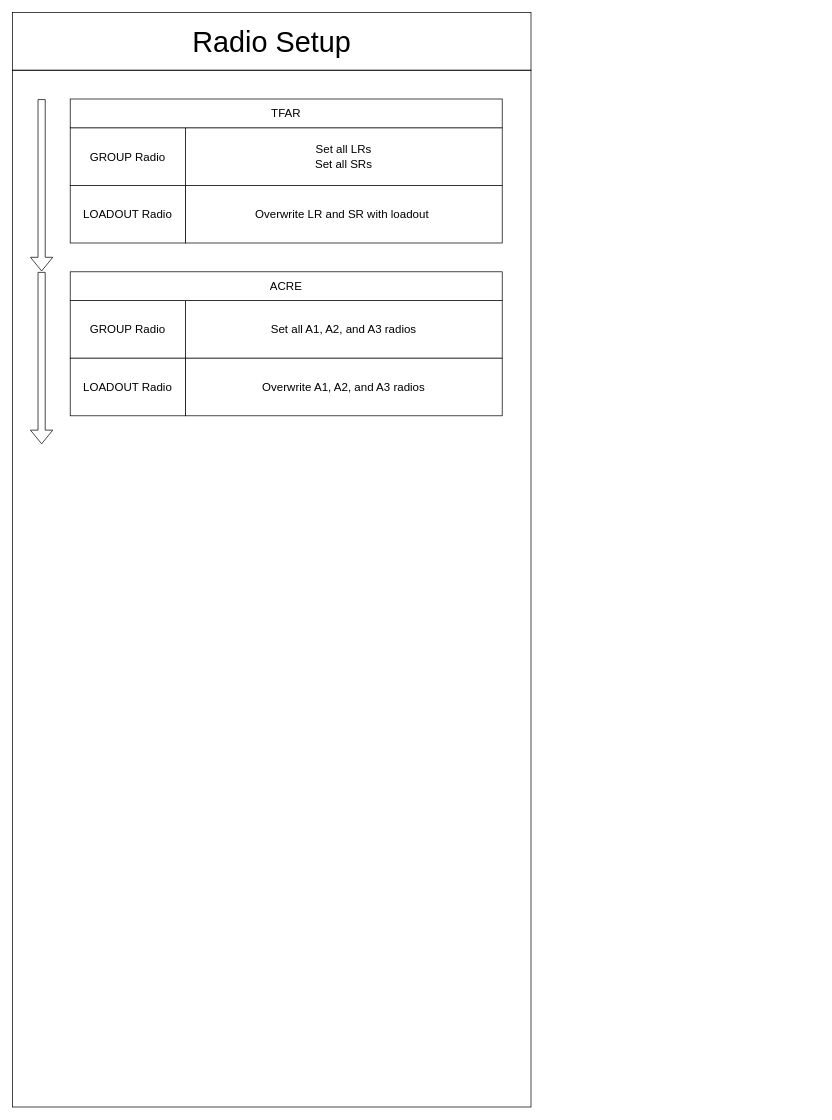
Before: .notes/diagrams/RadioDiagram.drawio in BAXENdev/BAF, a draw.io diagram. Source tidied: cells renumbered, new cells numbered last; positions are measured from the earlier drawing's top-left corner, leaving out a move shared by most shapes. Both pictures are drawn from the tidied source at 72%, with x=0, y=0 at pixel (12, 12).
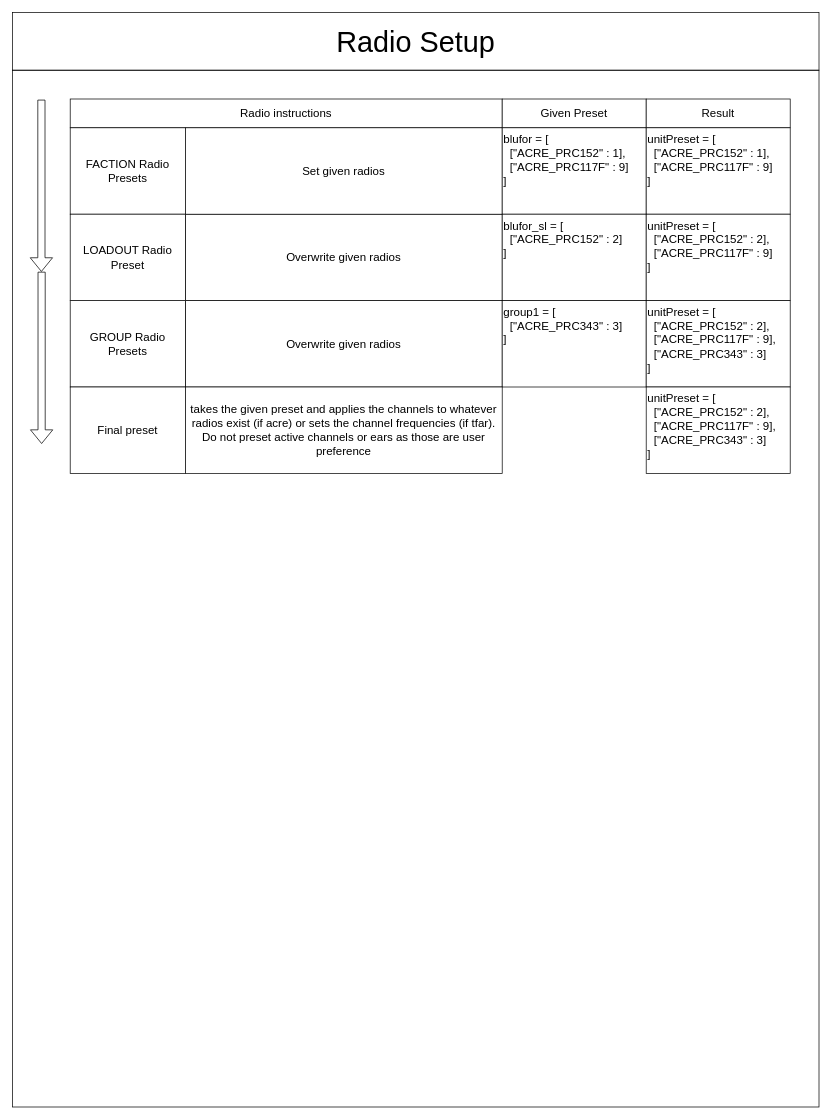
Above is the later version.

What changed in the source:
```diff
@@
     <mxCell id="2" value="Radio Setup" style="rounded=0;whiteSpace=wrap;html=1;fontSize=40;" parent="1" vertex="1">
-      <mxGeometry width="720" height="80" as="geometry" />
+      <mxGeometry width="1120" height="80" as="geometry" />
     </mxCell>
     <mxCell id="3" style="rounded=0;whiteSpace=wrap;html=1;fontSize=16;fillColor=none;" parent="1" vertex="1">
-      <mxGeometry y="80" width="720" height="1440" as="geometry" />
+      <mxGeometry y="80" width="1120" height="1440" as="geometry" />
     </mxCell>
-    <mxCell id="4" style="shape=flexArrow;endArrow=classic;html=1;fontSize=16;exitX=0.056;exitY=0.028;exitDx=0;exitDy=0;exitPerimeter=0;entryX=0.056;entryY=0.194;entryDx=0;entryDy=0;entryPerimeter=0;" parent="1" edge="1" source="3" target="3">
-      <mxGeometry relative="1" as="geometry" />
-    </mxCell>
-    <mxCell id="5" value="GROUP Radio" style="rounded=0;whiteSpace=wrap;html=1;fontSize=16;fillColor=default;strokeColor=default;" parent="1" vertex="1">
-      <mxGeometry x="80" y="160" width="160" height="80" as="geometry" />
-    </mxCell>
-    <mxCell id="6" value="Set all LRs&lt;br&gt;Set all SRs" style="rounded=0;whiteSpace=wrap;html=1;fontSize=16;fillColor=default;strokeColor=default;" parent="1" vertex="1">
-      <mxGeometry x="240" y="160" width="440" height="80" as="geometry" />
+    <mxCell id="6" value="Overwrite given radios" style="rounded=0;whiteSpace=wrap;html=1;fontSize=16;fillColor=default;strokeColor=default;" parent="1" vertex="1">
+      <mxGeometry x="240" y="280" width="440" height="120" as="geometry" />
     </mxCell>
-    <mxCell id="7" value="Overwrite LR and SR with loadout&amp;nbsp;" style="rounded=0;whiteSpace=wrap;html=1;fontSize=16;fillColor=default;strokeColor=default;" parent="1" vertex="1">
-      <mxGeometry x="240" y="240" width="440" height="80" as="geometry" />
-    </mxCell>
     <mxCell id="8" style="shape=flexArrow;endArrow=classic;html=1;fontSize=16;exitX=0.056;exitY=0.028;exitDx=0;exitDy=0;exitPerimeter=0;entryX=0.056;entryY=0.194;entryDx=0;entryDy=0;entryPerimeter=0;" parent="1" edge="1">
       <mxGeometry relative="1" as="geometry">
-        <mxPoint x="40.3" y="360.3" as="sourcePoint" />
-        <mxPoint x="40.3" y="599.4" as="targetPoint" />
+        <mxPoint x="40.3" y="360" as="sourcePoint" />
+        <mxPoint x="40.3" y="599" as="targetPoint" />
       </mxGeometry>
     </mxCell>
-    <mxCell id="9" value="LOADOUT Radio" style="rounded=0;whiteSpace=wrap;html=1;fontSize=16;fillColor=default;strokeColor=default;" parent="1" vertex="1">
-      <mxGeometry x="80" y="240" width="160" height="80" as="geometry" />
-    </mxCell>
-    <mxCell id="10" value="TFAR" style="rounded=0;whiteSpace=wrap;html=1;fontSize=16;fillColor=default;strokeColor=default;" parent="1" vertex="1">
+    <mxCell id="10" value="Radio instructions" style="rounded=0;whiteSpace=wrap;html=1;fontSize=16;fillColor=default;strokeColor=default;" parent="1" vertex="1">
       <mxGeometry x="80" y="120" width="600" height="40" as="geometry" />
     </mxCell>
-    <mxCell id="11" value="GROUP Radio" style="rounded=0;whiteSpace=wrap;html=1;fontSize=16;fillColor=default;strokeColor=default;" parent="1" vertex="1">
-      <mxGeometry x="80" y="400" width="160" height="80" as="geometry" />
-    </mxCell>
-    <mxCell id="12" value="Set all A1, A2, and A3 radios" style="rounded=0;whiteSpace=wrap;html=1;fontSize=16;fillColor=default;strokeColor=default;" parent="1" vertex="1">
-      <mxGeometry x="240" y="400" width="440" height="80" as="geometry" />
-    </mxCell>
-    <mxCell id="13" value="Overwrite A1, A2, and A3 radios" style="rounded=0;whiteSpace=wrap;html=1;fontSize=16;fillColor=default;strokeColor=default;" parent="1" vertex="1">
-      <mxGeometry x="240" y="480" width="440" height="80" as="geometry" />
-    </mxCell>
-    <mxCell id="14" value="LOADOUT Radio" style="rounded=0;whiteSpace=wrap;html=1;fontSize=16;fillColor=default;strokeColor=default;" parent="1" vertex="1">
-      <mxGeometry x="80" y="480" width="160" height="80" as="geometry" />
-    </mxCell>
-    <mxCell id="15" value="ACRE" style="rounded=0;whiteSpace=wrap;html=1;fontSize=16;fillColor=default;strokeColor=default;" parent="1" vertex="1">
-      <mxGeometry x="80" y="360" width="600" height="40" as="geometry" />
-    </mxCell>
+    <mxCell id="16" style="shape=flexArrow;endArrow=classic;html=1;fontSize=16;exitX=0.056;exitY=0.028;exitDx=0;exitDy=0;exitPerimeter=0;entryX=0.056;entryY=0.194;entryDx=0;entryDy=0;entryPerimeter=0;" parent="1" edge="1">
+      <mxGeometry relative="1" as="geometry">
+        <mxPoint x="40" y="121" as="sourcePoint" />
+        <mxPoint x="40" y="360" as="targetPoint" />
+      </mxGeometry>
+    </mxCell>
+    <mxCell id="17" value="FACTION Radio Presets" style="rounded=0;whiteSpace=wrap;html=1;fontSize=16;fillColor=default;strokeColor=default;" parent="1" vertex="1">
+      <mxGeometry x="80" y="160" width="160" height="120" as="geometry" />
+    </mxCell>
+    <mxCell id="18" value="Set given radios" style="rounded=0;whiteSpace=wrap;html=1;fontSize=16;fillColor=default;strokeColor=default;" parent="1" vertex="1">
+      <mxGeometry x="240" y="160" width="440" height="120" as="geometry" />
+    </mxCell>
+    <mxCell id="19" value="Given Preset" style="rounded=0;whiteSpace=wrap;html=1;fontSize=16;fillColor=default;strokeColor=default;" parent="1" vertex="1">
+      <mxGeometry x="680" y="120" width="200" height="40" as="geometry" />
+    </mxCell>
+    <mxCell id="20" value="&lt;div style=&quot;&quot;&gt;blufor = [&lt;/div&gt;&lt;div style=&quot;&quot;&gt;&lt;span style=&quot;background-color: initial;&quot;&gt;&amp;nbsp; [&quot;ACRE_PRC152&quot; : 1],&lt;/span&gt;&lt;/div&gt;&lt;div style=&quot;&quot;&gt;&lt;span style=&quot;background-color: initial;&quot;&gt;&amp;nbsp; [&quot;ACRE_PRC117F&quot; : 9]&lt;br&gt;]&lt;/span&gt;&lt;/div&gt;&lt;div style=&quot;&quot;&gt;&lt;br&gt;&lt;/div&gt;" style="rounded=0;whiteSpace=wrap;html=1;fontSize=16;fillColor=default;strokeColor=default;align=left;verticalAlign=top;" parent="1" vertex="1">
+      <mxGeometry x="680" y="160" width="200" height="120" as="geometry" />
+    </mxCell>
+    <mxCell id="21" value="Overwrite given radios" style="rounded=0;whiteSpace=wrap;html=1;fontSize=16;fillColor=default;strokeColor=default;" parent="1" vertex="1">
+      <mxGeometry x="240" y="400" width="440" height="120" as="geometry" />
+    </mxCell>
+    <mxCell id="22" value="GROUP Radio Presets" style="rounded=0;whiteSpace=wrap;html=1;fontSize=16;fillColor=default;strokeColor=default;" parent="1" vertex="1">
+      <mxGeometry x="80" y="400" width="160" height="120" as="geometry" />
+    </mxCell>
+    <mxCell id="23" value="LOADOUT Radio Preset" style="rounded=0;whiteSpace=wrap;html=1;fontSize=16;fillColor=default;strokeColor=default;" parent="1" vertex="1">
+      <mxGeometry x="80" y="280" width="160" height="120" as="geometry" />
+    </mxCell>
+    <mxCell id="24" value="Result" style="rounded=0;whiteSpace=wrap;html=1;fontSize=16;fillColor=default;strokeColor=default;" parent="1" vertex="1">
+      <mxGeometry x="880" y="120" width="200" height="40" as="geometry" />
+    </mxCell>
+    <mxCell id="25" value="&lt;div style=&quot;&quot;&gt;unitPreset = [&lt;/div&gt;&lt;div style=&quot;&quot;&gt;&lt;span style=&quot;background-color: initial;&quot;&gt;&amp;nbsp; [&quot;ACRE_PRC152&quot; : 1],&lt;/span&gt;&lt;/div&gt;&lt;div style=&quot;&quot;&gt;&lt;span style=&quot;background-color: initial;&quot;&gt;&amp;nbsp; [&quot;ACRE_PRC117F&quot; : 9]&lt;br&gt;]&lt;/span&gt;&lt;/div&gt;&lt;div style=&quot;&quot;&gt;&lt;br&gt;&lt;/div&gt;" style="rounded=0;whiteSpace=wrap;html=1;fontSize=16;fillColor=default;strokeColor=default;align=left;verticalAlign=top;" parent="1" vertex="1">
+      <mxGeometry x="880" y="160" width="200" height="120" as="geometry" />
+    </mxCell>
+    <mxCell id="26" value="&lt;div style=&quot;&quot;&gt;blufor_sl = [&lt;/div&gt;&lt;div style=&quot;&quot;&gt;&lt;span style=&quot;background-color: initial;&quot;&gt;&amp;nbsp; [&quot;ACRE_PRC152&quot; : 2&lt;/span&gt;&lt;span style=&quot;background-color: initial;&quot;&gt;]&lt;/span&gt;&lt;/div&gt;&lt;div style=&quot;&quot;&gt;&lt;span style=&quot;background-color: initial;&quot;&gt;]&lt;/span&gt;&lt;/div&gt;&lt;div style=&quot;&quot;&gt;&lt;br&gt;&lt;/div&gt;" style="rounded=0;whiteSpace=wrap;html=1;fontSize=16;fillColor=default;strokeColor=default;align=left;verticalAlign=top;" parent="1" vertex="1">
+      <mxGeometry x="680" y="280" width="200" height="120" as="geometry" />
+    </mxCell>
+    <mxCell id="27" value="&lt;div style=&quot;&quot;&gt;unitPreset = [&lt;/div&gt;&lt;div style=&quot;&quot;&gt;&lt;span style=&quot;background-color: initial;&quot;&gt;&amp;nbsp; [&quot;ACRE_PRC152&quot; : 2],&lt;/span&gt;&lt;/div&gt;&lt;div style=&quot;&quot;&gt;&lt;span style=&quot;background-color: initial;&quot;&gt;&amp;nbsp; [&quot;ACRE_PRC117F&quot; : 9]&lt;br&gt;]&lt;/span&gt;&lt;/div&gt;&lt;div style=&quot;&quot;&gt;&lt;br&gt;&lt;/div&gt;" style="rounded=0;whiteSpace=wrap;html=1;fontSize=16;fillColor=default;strokeColor=default;align=left;verticalAlign=top;" parent="1" vertex="1">
+      <mxGeometry x="880" y="280" width="200" height="120" as="geometry" />
+    </mxCell>
+    <mxCell id="28" value="&lt;div style=&quot;&quot;&gt;group1 = [&lt;/div&gt;&lt;div style=&quot;&quot;&gt;&lt;span style=&quot;background-color: initial;&quot;&gt;&amp;nbsp; [&quot;ACRE_PRC343&quot; : 3&lt;/span&gt;&lt;span style=&quot;background-color: initial;&quot;&gt;]&lt;/span&gt;&lt;/div&gt;&lt;div style=&quot;&quot;&gt;&lt;span style=&quot;background-color: initial;&quot;&gt;]&lt;/span&gt;&lt;/div&gt;&lt;div style=&quot;&quot;&gt;&lt;br&gt;&lt;/div&gt;" style="rounded=0;whiteSpace=wrap;html=1;fontSize=16;fillColor=default;strokeColor=default;align=left;verticalAlign=top;" parent="1" vertex="1">
+      <mxGeometry x="680" y="400" width="200" height="120" as="geometry" />
+    </mxCell>
+    <mxCell id="29" value="&lt;div style=&quot;&quot;&gt;unitPreset = [&lt;/div&gt;&lt;div style=&quot;&quot;&gt;&lt;span style=&quot;background-color: initial;&quot;&gt;&amp;nbsp; [&quot;ACRE_PRC152&quot; : 2],&lt;/span&gt;&lt;/div&gt;&lt;div style=&quot;&quot;&gt;&lt;span style=&quot;background-color: initial;&quot;&gt;&amp;nbsp; [&quot;ACRE_PRC117F&quot; : 9],&lt;/span&gt;&lt;/div&gt;&lt;div style=&quot;&quot;&gt;&lt;span style=&quot;background-color: initial;&quot;&gt;&amp;nbsp; [&quot;ACRE_PRC343&quot; : 3]&lt;br&gt;]&lt;/span&gt;&lt;/div&gt;&lt;div style=&quot;&quot;&gt;&lt;br&gt;&lt;/div&gt;" style="rounded=0;whiteSpace=wrap;html=1;fontSize=16;fillColor=default;strokeColor=default;align=left;verticalAlign=top;" parent="1" vertex="1">
+      <mxGeometry x="880" y="400" width="200" height="120" as="geometry" />
+    </mxCell>
+    <mxCell id="30" value="Final preset" style="rounded=0;whiteSpace=wrap;html=1;fontSize=16;fillColor=default;strokeColor=default;" parent="1" vertex="1">
+      <mxGeometry x="80" y="520" width="160" height="120" as="geometry" />
+    </mxCell>
+    <mxCell id="31" value="&lt;div style=&quot;&quot;&gt;unitPreset = [&lt;/div&gt;&lt;div style=&quot;&quot;&gt;&lt;span style=&quot;background-color: initial;&quot;&gt;&amp;nbsp; [&quot;ACRE_PRC152&quot; : 2],&lt;/span&gt;&lt;/div&gt;&lt;div style=&quot;&quot;&gt;&lt;span style=&quot;background-color: initial;&quot;&gt;&amp;nbsp; [&quot;ACRE_PRC117F&quot; : 9],&lt;/span&gt;&lt;/div&gt;&lt;div style=&quot;&quot;&gt;&lt;span style=&quot;background-color: initial;&quot;&gt;&amp;nbsp; [&quot;ACRE_PRC343&quot; : 3]&lt;br&gt;]&lt;/span&gt;&lt;/div&gt;&lt;div style=&quot;&quot;&gt;&lt;br&gt;&lt;/div&gt;" style="rounded=0;whiteSpace=wrap;html=1;fontSize=16;fillColor=default;strokeColor=default;align=left;verticalAlign=top;" parent="1" vertex="1">
+      <mxGeometry x="880" y="520" width="200" height="120" as="geometry" />
+    </mxCell>
+    <mxCell id="32" value="takes the given preset and applies the channels to whatever radios exist (if acre) or sets the channel frequencies (if tfar). Do not preset active channels or ears as those are user preference" style="rounded=0;whiteSpace=wrap;html=1;fontSize=16;fillColor=default;strokeColor=default;" parent="1" vertex="1">
+      <mxGeometry x="240" y="520" width="440" height="120" as="geometry" />
+    </mxCell>
```
